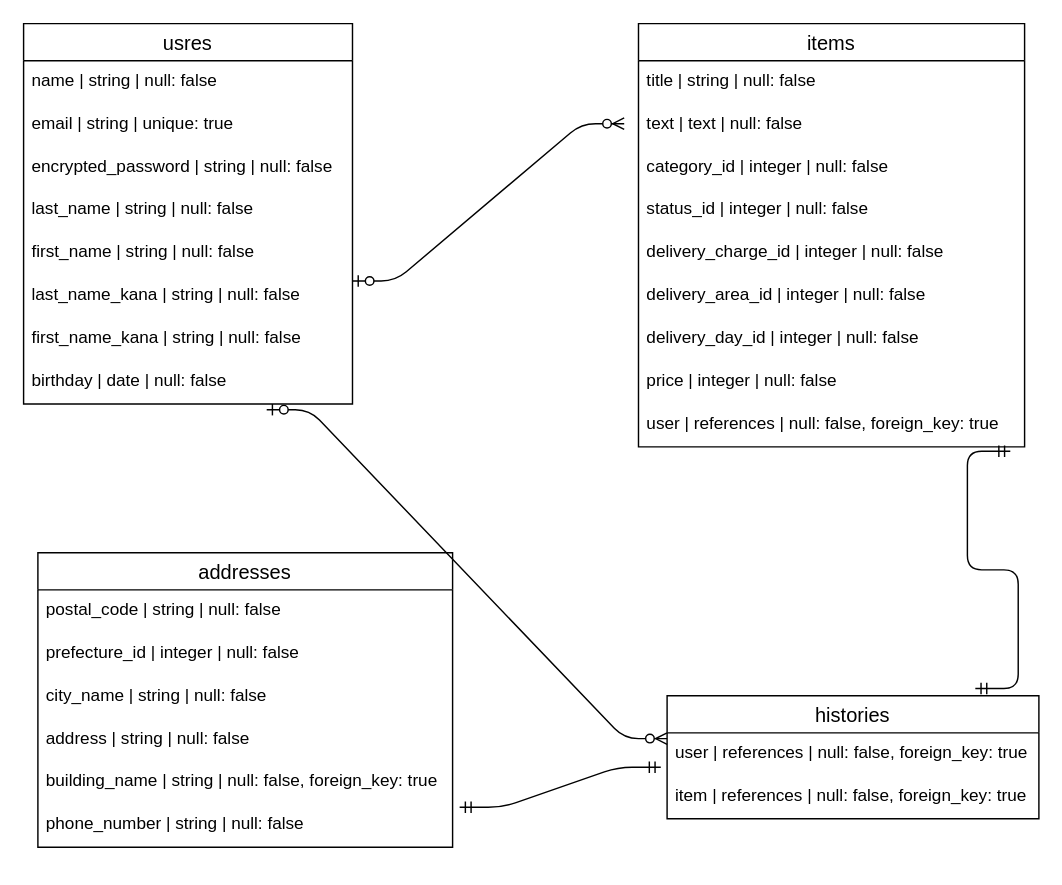
Above: furima.dio in saya0714/furima-35800 (draw.io), before the change. Source tidied: cells renumbered, new cells numbered last; positions are measured from the earlier drawing's top-left corner, leaving out a move shared by most shapes. Both pictures are drawn from the tidied source at 143%, with x=0, y=0 at pixel (23, 23).
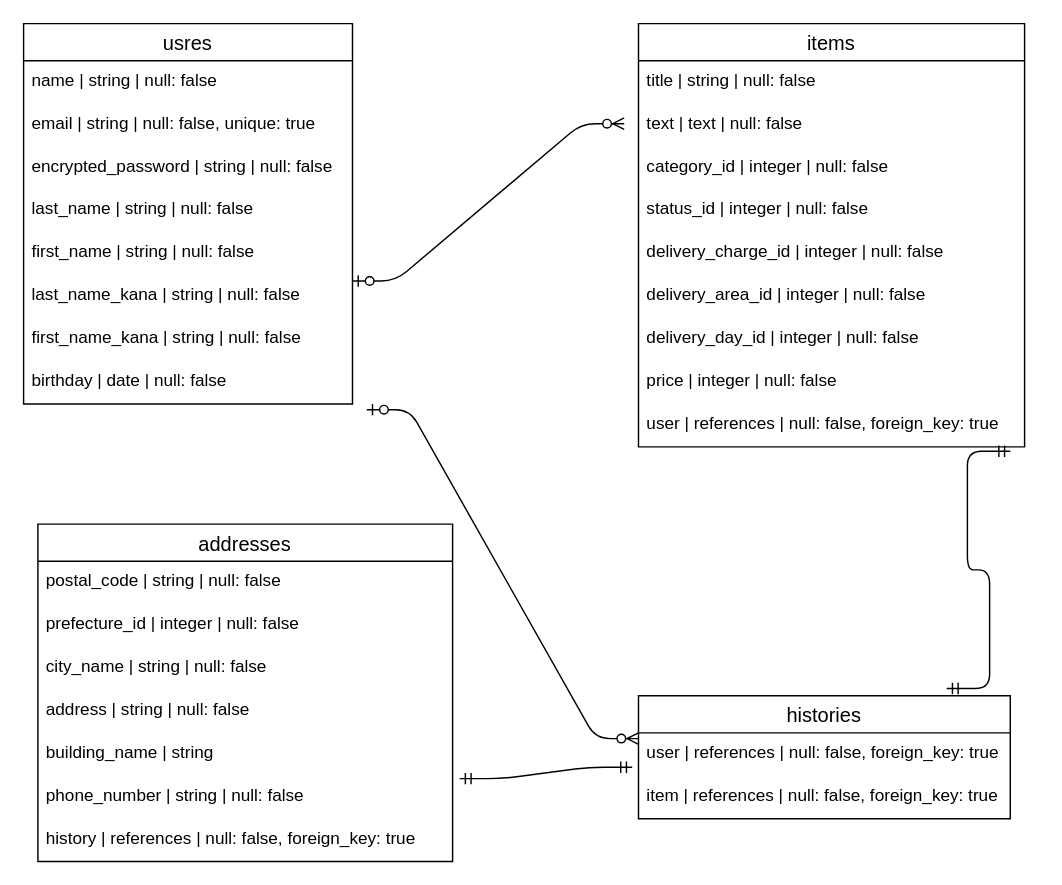
After the change.

Commit message (it also covers changes not shown here):
データベース設計修正　2

Unchanged cells that the change refers to:
```xml
<mxCell id="22" value="usres" style="swimlane;fontStyle=0;horizontal=1;startSize=26;align=center;fontSize=14;" parent="1" vertex="1">
  <mxGeometry width="230" height="266" as="geometry" />
</mxCell>
```

Diff of the diagram source:
```diff
@@
     <mxCell id="12" value="addresses " style="swimlane;fontStyle=0;horizontal=1;startSize=26;align=center;fontSize=14;" parent="1" vertex="1">
-      <mxGeometry x="10" y="370" width="290" height="206" as="geometry" />
+      <mxGeometry x="10" y="350" width="290" height="236" as="geometry" />
     </mxCell>
@@
-    <mxCell id="17" value="building_name       | string  | null: false, foreign_key: true " style="text;strokeColor=none;fillColor=none;spacingLeft=4;spacingRight=4;overflow=hidden;fontSize=12;" parent="12" vertex="1">
+    <mxCell id="17" value="building_name       | string  " style="text;strokeColor=none;fillColor=none;spacingLeft=4;spacingRight=4;overflow=hidden;fontSize=12;" parent="12" vertex="1">
       <mxGeometry y="146" width="290" height="30" as="geometry" />
     </mxCell>
@@
+    <mxCell id="35" value="history             | references | null: false, foreign_key: true " style="text;strokeColor=none;fillColor=none;spacingLeft=4;spacingRight=4;overflow=hidden;fontSize=12;" parent="12" vertex="1">
+      <mxGeometry y="206" width="290" height="30" as="geometry" />
+    </mxCell>
     <mxCell id="19" value="histories" style="swimlane;fontStyle=0;horizontal=1;startSize=26;align=center;fontSize=14;" parent="1" vertex="1">
-      <mxGeometry x="450" y="470" width="260" height="86" as="geometry" />
+      <mxGeometry x="430" y="470" width="260" height="86" as="geometry" />
     </mxCell>
@@
-    <mxCell id="24" value="email               | string | unique: true" style="text;strokeColor=none;fillColor=none;spacingLeft=4;spacingRight=4;overflow=hidden;fontSize=12;" parent="22" vertex="1">
+    <mxCell id="24" value="email               | string | null: false, unique: true " style="text;strokeColor=none;fillColor=none;spacingLeft=4;spacingRight=4;overflow=hidden;fontSize=12;" parent="22" vertex="1">
       <mxGeometry y="56" width="230" height="30" as="geometry" />
     </mxCell>
@@
     <mxCell id="32" style="edgeStyle=entityRelationEdgeStyle;fontSize=12;html=1;endArrow=ERzeroToMany;startArrow=ERzeroToOne;" parent="1" edge="1">
       <mxGeometry relative="1" as="geometry">
-        <mxPoint x="170" y="270" as="sourcePoint" />
-        <mxPoint x="450" y="500" as="targetPoint" />
+        <mxPoint x="240" y="270" as="sourcePoint" />
+        <mxPoint x="430" y="500" as="targetPoint" />
       </mxGeometry>
     </mxCell>
```
